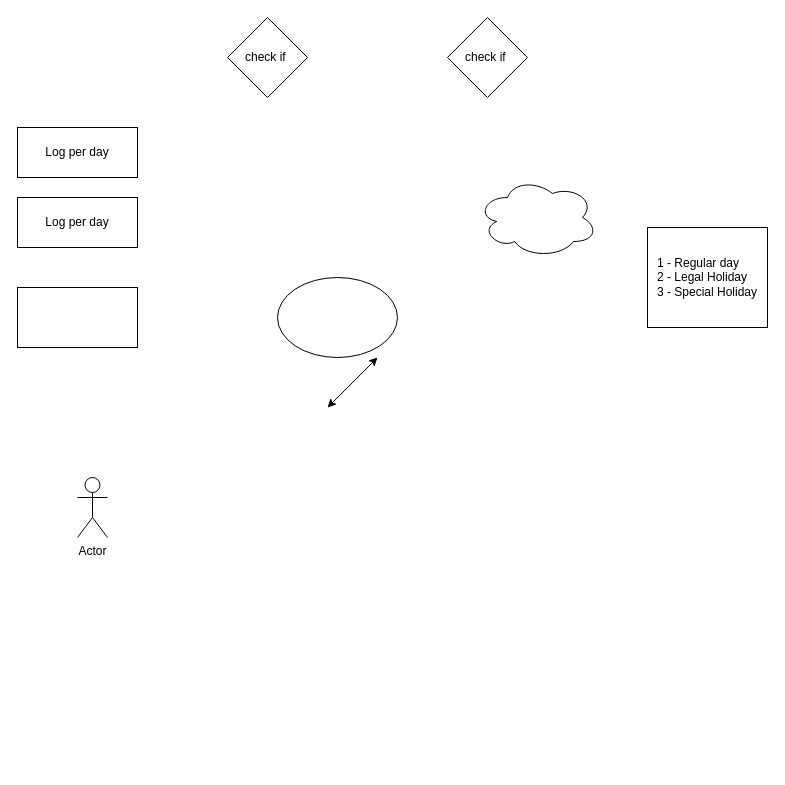
genmancoder/systems-diagrams keeps this draw.io diagram as kmcc/Untitled Diagram.drawio. Above is the earlier version. Source tidied: cells renumbered, new cells numbered last; positions are measured from the earlier drawing's top-left corner, leaving out a move shared by most shapes. Both pictures are drawn from the tidied source at 100%, with x=0, y=0 at pixel (17, 17).
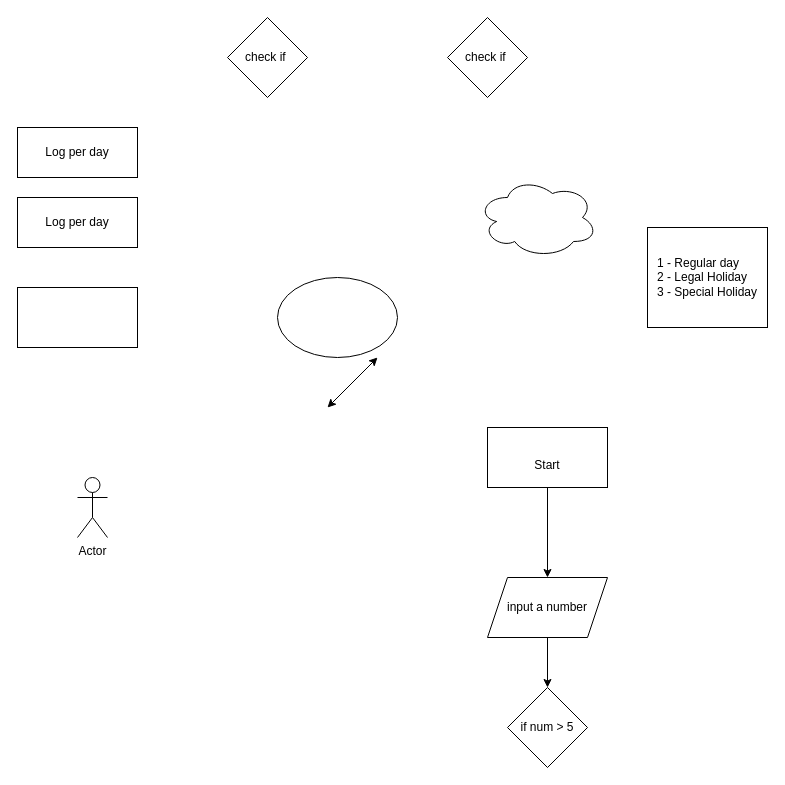
The same diagram, later.

Commit message:
Added a flowchart for verification.

The edit, as a diff of the source:
```diff
@@
 <mxGraphModel>
   <root>
     <mxCell id="0" />
     <mxCell id="1" parent="0" />
     <mxCell id="2" value="&lt;div style=&quot;text-align: left;&quot;&gt;&lt;span style=&quot;background-color: initial;&quot;&gt;1 - Regular day&lt;/span&gt;&lt;/div&gt;&lt;div style=&quot;text-align: left;&quot;&gt;&lt;span style=&quot;background-color: initial;&quot;&gt;2 - Legal Holiday&lt;/span&gt;&lt;/div&gt;&lt;div style=&quot;text-align: left;&quot;&gt;&lt;span style=&quot;background-color: initial;&quot;&gt;3 - Special Holiday&lt;/span&gt;&lt;/div&gt;" style="rounded=0;whiteSpace=wrap;html=1;" parent="1" vertex="1">
       <mxGeometry x="630" y="210" width="120" height="100" as="geometry" />
     </mxCell>
     <mxCell id="3" value="Log per day" style="rounded=0;whiteSpace=wrap;html=1;" parent="1" vertex="1">
       <mxGeometry y="110" width="120" height="50" as="geometry" />
     </mxCell>
     <mxCell id="4" value="Log per day" style="rounded=0;whiteSpace=wrap;html=1;" parent="1" vertex="1">
       <mxGeometry y="180" width="120" height="50" as="geometry" />
     </mxCell>
     <mxCell id="5" value="check if&amp;nbsp;" style="rhombus;whiteSpace=wrap;html=1;" parent="1" vertex="1">
       <mxGeometry x="430" width="80" height="80" as="geometry" />
     </mxCell>
     <mxCell id="6" value="check if&amp;nbsp;" style="rhombus;whiteSpace=wrap;html=1;" parent="1" vertex="1">
       <mxGeometry x="210" width="80" height="80" as="geometry" />
     </mxCell>
     <mxCell id="7" style="rounded=0;whiteSpace=wrap;html=1;" parent="1" vertex="1">
       <mxGeometry y="270" width="120" height="60" as="geometry" />
     </mxCell>
     <mxCell id="8" style="ellipse;whiteSpace=wrap;html=1;" parent="1" vertex="1">
       <mxGeometry x="260" y="260" width="120" height="80" as="geometry" />
     </mxCell>
     <mxCell id="9" style="endArrow=classic;startArrow=classic;html=1;rounded=0;" parent="1" edge="1">
       <mxGeometry relative="1" as="geometry">
         <mxPoint x="310" y="390" as="sourcePoint" />
         <mxPoint x="360" y="340" as="targetPoint" />
       </mxGeometry>
     </mxCell>
     <mxCell id="10" style="ellipse;shape=cloud;whiteSpace=wrap;html=1;" parent="1" vertex="1">
       <mxGeometry x="460" y="160" width="120" height="80" as="geometry" />
     </mxCell>
     <mxCell id="11" value="Actor" style="shape=umlActor;verticalLabelPosition=bottom;verticalAlign=top;html=1;" parent="1" vertex="1">
       <mxGeometry x="60" y="460" width="30" height="60" as="geometry" />
     </mxCell>
+    <mxCell id="12" style="edgeStyle=orthogonalEdgeStyle;rounded=0;jettySize=auto;html=1;exitX=0.5;exitY=1;exitDx=0;exitDy=0;" parent="1" edge="1" source="13" target="15">
+      <mxGeometry relative="1" as="geometry" />
+    </mxCell>
+    <mxCell id="13" value="&lt;br&gt;Start" style="rounded=0;whiteSpace=wrap;html=1;" parent="1" vertex="1">
+      <mxGeometry x="470" y="410" width="120" height="60" as="geometry" />
+    </mxCell>
+    <mxCell id="14" style="edgeStyle=orthogonalEdgeStyle;rounded=0;jettySize=auto;html=1;exitX=0.5;exitY=1;exitDx=0;exitDy=0;entryX=0.5;entryY=0;entryDx=0;entryDy=0;" parent="1" edge="1" source="15" target="16">
+      <mxGeometry relative="1" as="geometry" />
+    </mxCell>
+    <mxCell id="15" value="input a number" style="shape=parallelogram;perimeter=parallelogramPerimeter;whiteSpace=wrap;html=1;fixedSize=1;" parent="1" vertex="1">
+      <mxGeometry x="470" y="560" width="120" height="60" as="geometry" />
+    </mxCell>
+    <mxCell id="16" value="if num &amp;gt; 5" style="rhombus;whiteSpace=wrap;html=1;" parent="1" vertex="1">
+      <mxGeometry x="490" y="670" width="80" height="80" as="geometry" />
+    </mxCell>
   </root>
 </mxGraphModel>
```
